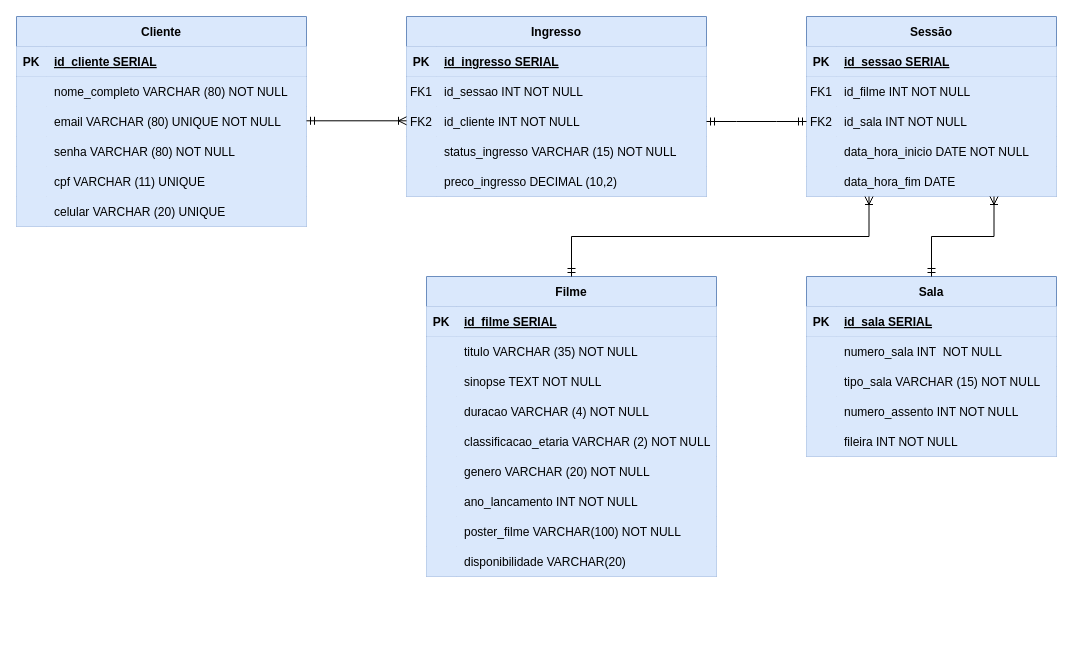
Before: docs/modelagem/DER.drawio in jmr230584/backend-Devengers, a draw.io diagram. Source tidied: cells renumbered, new cells numbered last; positions are measured from the earlier drawing's top-left corner, leaving out a move shared by most shapes. Both pictures are drawn from the tidied source at 100%, with x=0, y=0 at pixel (16, 16).
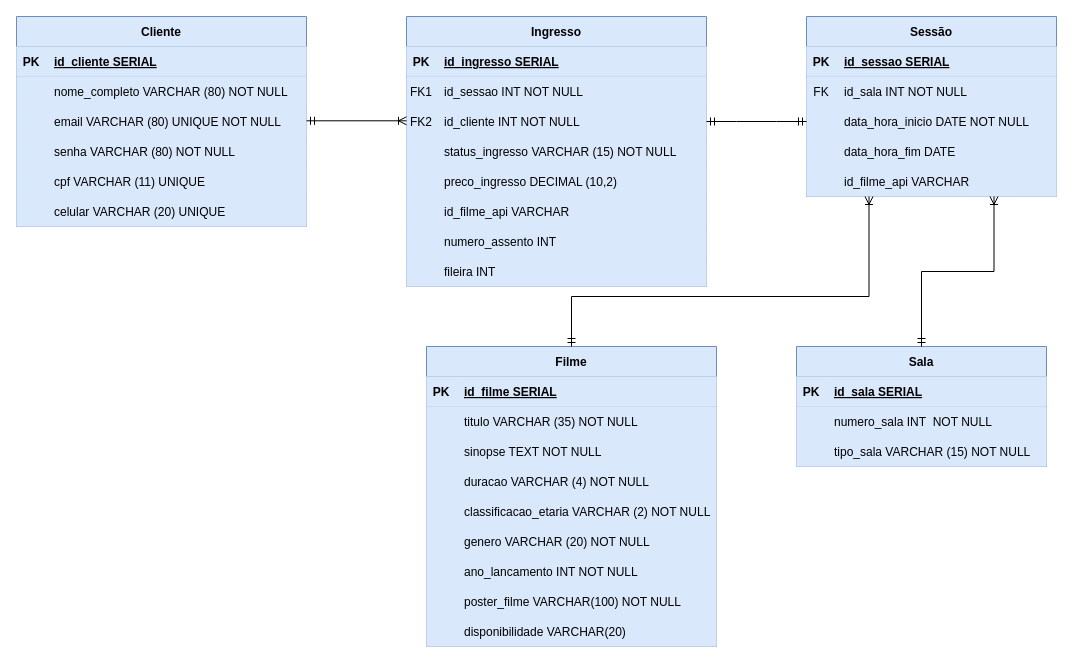
Above is the later version.

Commit message (it also covers changes not shown here):
arrumando diagramas e banco de dados

The change refers to these unchanged cells:
```xml
<mxCell id="9" style="shape=partialRectangle;fillColor=#dae8fc;points=[[0,0.5],[1,0.5]];portConstraint=eastwest;top=0;left=0;right=0;bottom=0;strokeColor=#6c8ebf;" parent="2" vertex="1">
  <mxGeometry y="90" width="300" height="30" as="geometry" />
</mxCell>
<mxCell id="18" value="Sessão" style="shape=table;startSize=30;childLayout=tableLayout;rowLines=0;fontStyle=1;align=center;fillColor=#dae8fc;strokeColor=#6c8ebf;" parent="1" vertex="1">
  <mxGeometry x="790" width="250" height="180" as="geometry" />
</mxCell>
```

The edit, as a diff of the source:
```diff
@@
     <mxCell id="2" value="Ingresso" style="shape=table;startSize=30;childLayout=tableLayout;rowLines=0;fontStyle=1;align=center;fillColor=#dae8fc;strokeColor=#6c8ebf;" parent="1" vertex="1">
-      <mxGeometry x="390" width="300" height="180" as="geometry" />
+      <mxGeometry x="390" width="300" height="270" as="geometry" />
     </mxCell>
@@
+    <mxCell id="101" style="shape=partialRectangle;fillColor=#dae8fc;top=0;left=0;right=0;bottom=0;strokeColor=#6c8ebf;" parent="2" vertex="1">
+      <mxGeometry y="180" width="300" height="30" as="geometry" />
+    </mxCell>
+    <mxCell id="102" style="shape=partialRectangle;overflow=hidden;fillColor=#dae8fc;top=0;left=0;bottom=0;right=0;strokeColor=#6c8ebf;" parent="101" vertex="1">
+      <mxGeometry width="30" height="30" as="geometry" />
+    </mxCell>
+    <mxCell id="103" value="id_filme_api VARCHAR" style="shape=partialRectangle;overflow=hidden;fillColor=#dae8fc;top=0;left=0;bottom=0;right=0;align=left;spacingLeft=6;strokeColor=#6c8ebf;" parent="101" vertex="1">
+      <mxGeometry x="30" width="270" height="30" as="geometry" />
+    </mxCell>
+    <mxCell id="104" style="shape=partialRectangle;fillColor=#dae8fc;top=0;left=0;right=0;bottom=0;strokeColor=#6c8ebf;" parent="2" vertex="1">
+      <mxGeometry y="210" width="300" height="30" as="geometry" />
+    </mxCell>
+    <mxCell id="105" style="shape=partialRectangle;overflow=hidden;fillColor=#dae8fc;top=0;left=0;bottom=0;right=0;strokeColor=#6c8ebf;" parent="104" vertex="1">
+      <mxGeometry width="30" height="30" as="geometry" />
+    </mxCell>
+    <mxCell id="106" value="numero_assento INT " style="shape=partialRectangle;overflow=hidden;fillColor=#dae8fc;top=0;left=0;bottom=0;right=0;align=left;spacingLeft=6;strokeColor=#6c8ebf;" parent="104" vertex="1">
+      <mxGeometry x="30" width="270" height="30" as="geometry" />
+    </mxCell>
+    <mxCell id="107" style="shape=partialRectangle;fillColor=#dae8fc;top=0;left=0;right=0;bottom=0;strokeColor=#6c8ebf;" parent="2" vertex="1">
+      <mxGeometry y="240" width="300" height="30" as="geometry" />
+    </mxCell>
+    <mxCell id="108" style="shape=partialRectangle;overflow=hidden;fillColor=#dae8fc;top=0;left=0;bottom=0;right=0;strokeColor=#6c8ebf;" parent="107" vertex="1">
+      <mxGeometry width="30" height="30" as="geometry" />
+    </mxCell>
+    <mxCell id="109" value="fileira INT " style="shape=partialRectangle;overflow=hidden;fillColor=#dae8fc;top=0;left=0;bottom=0;right=0;align=left;spacingLeft=6;strokeColor=#6c8ebf;" parent="107" vertex="1">
+      <mxGeometry x="30" width="270" height="30" as="geometry" />
+    </mxCell>
@@
-    <mxCell id="22" style="shape=partialRectangle;fillColor=#dae8fc;top=0;left=0;right=0;bottom=0;strokeColor=#6c8ebf;" parent="18" vertex="1">
-      <mxGeometry y="60" width="250" height="30" as="geometry" />
-    </mxCell>
-    <mxCell id="23" value="FK1" style="shape=partialRectangle;overflow=hidden;fillColor=#dae8fc;top=0;left=0;bottom=0;right=0;strokeColor=#6c8ebf;" parent="22" vertex="1">
-      <mxGeometry width="30" height="30" as="geometry" />
-    </mxCell>
-    <mxCell id="24" value="id_filme INT NOT NULL" style="shape=partialRectangle;overflow=hidden;fillColor=#dae8fc;top=0;left=0;bottom=0;right=0;align=left;spacingLeft=6;strokeColor=#6c8ebf;" parent="22" vertex="1">
-      <mxGeometry x="30" width="220" height="30" as="geometry" />
-    </mxCell>
     <mxCell id="25" style="shape=partialRectangle;fillColor=#dae8fc;points=[[0,0.5],[1,0.5]];portConstraint=eastwest;top=0;left=0;right=0;bottom=0;strokeColor=#6c8ebf;" parent="18" vertex="1">
-      <mxGeometry y="90" width="250" height="30" as="geometry" />
+      <mxGeometry y="60" width="250" height="30" as="geometry" />
     </mxCell>
-    <mxCell id="26" value="FK2" style="shape=partialRectangle;overflow=hidden;fillColor=#dae8fc;top=0;left=0;bottom=0;right=0;strokeColor=#6c8ebf;" parent="25" vertex="1">
+    <mxCell id="26" value="FK" style="shape=partialRectangle;overflow=hidden;fillColor=#dae8fc;top=0;left=0;bottom=0;right=0;strokeColor=#6c8ebf;" parent="25" vertex="1">
       <mxGeometry width="30" height="30" as="geometry" />
     </mxCell>
@@
     <mxCell id="28" style="shape=partialRectangle;fillColor=#dae8fc;points=[[0,0.5],[1,0.5]];portConstraint=eastwest;top=0;left=0;right=0;bottom=0;strokeColor=#6c8ebf;" parent="18" vertex="1">
-      <mxGeometry y="120" width="250" height="30" as="geometry" />
+      <mxGeometry y="90" width="250" height="30" as="geometry" />
     </mxCell>
@@
     <mxCell id="31" style="shape=partialRectangle;fillColor=#dae8fc;top=0;left=0;right=0;bottom=0;strokeColor=#6c8ebf;" parent="18" vertex="1">
-      <mxGeometry y="150" width="250" height="30" as="geometry" />
+      <mxGeometry y="120" width="250" height="30" as="geometry" />
     </mxCell>
@@
+    <mxCell id="94" style="shape=partialRectangle;fillColor=#dae8fc;top=0;left=0;right=0;bottom=0;strokeColor=#6c8ebf;" parent="18" vertex="1">
+      <mxGeometry y="150" width="250" height="30" as="geometry" />
+    </mxCell>
+    <mxCell id="110" style="shape=partialRectangle;overflow=hidden;fillColor=#dae8fc;top=0;left=0;bottom=0;right=0;strokeColor=#6c8ebf;" parent="94" vertex="1">
+      <mxGeometry width="30" height="30" as="geometry" />
+    </mxCell>
+    <mxCell id="111" value="id_filme_api VARCHAR" style="shape=partialRectangle;overflow=hidden;fillColor=#dae8fc;top=0;left=0;bottom=0;right=0;align=left;spacingLeft=6;strokeColor=#6c8ebf;" parent="94" vertex="1">
+      <mxGeometry x="30" width="220" height="30" as="geometry" />
+    </mxCell>
@@
     <mxCell id="53" value="Filme" style="shape=table;startSize=30;childLayout=tableLayout;rowLines=0;fontStyle=1;align=center;fillColor=#dae8fc;strokeColor=#6c8ebf;" parent="1" vertex="1">
-      <mxGeometry x="410" y="260" width="290" height="300" as="geometry" />
+      <mxGeometry x="410" y="330" width="290" height="300" as="geometry" />
     </mxCell>
@@
     <mxCell id="81" value="Sala" style="shape=table;startSize=30;childLayout=tableLayout;rowLines=0;fontStyle=1;align=center;fillColor=#dae8fc;strokeColor=#6c8ebf;" parent="1" vertex="1">
-      <mxGeometry x="790" y="260" width="250" height="180" as="geometry" />
+      <mxGeometry x="780" y="330" width="250" height="120" as="geometry" />
     </mxCell>
@@
-    <mxCell id="91" style="shape=partialRectangle;fillColor=#dae8fc;top=0;left=0;right=0;bottom=0;strokeColor=#6c8ebf;" parent="81" vertex="1">
-      <mxGeometry y="120" width="250" height="30" as="geometry" />
-    </mxCell>
-    <mxCell id="92" style="shape=partialRectangle;overflow=hidden;fillColor=#dae8fc;top=0;left=0;bottom=0;right=0;strokeColor=#6c8ebf;" parent="91" vertex="1">
-      <mxGeometry width="30" height="30" as="geometry" />
-    </mxCell>
-    <mxCell id="93" value="numero_assento INT NOT NULL" style="shape=partialRectangle;overflow=hidden;fillColor=#dae8fc;top=0;left=0;bottom=0;right=0;align=left;spacingLeft=6;strokeColor=#6c8ebf;" parent="91" vertex="1">
-      <mxGeometry x="30" width="220" height="30" as="geometry" />
-    </mxCell>
-    <mxCell id="94" style="shape=partialRectangle;fillColor=#dae8fc;top=0;left=0;right=0;bottom=0;strokeColor=#6c8ebf;" parent="81" vertex="1">
-      <mxGeometry y="150" width="250" height="30" as="geometry" />
-    </mxCell>
-    <mxCell id="95" style="shape=partialRectangle;overflow=hidden;fillColor=#dae8fc;top=0;left=0;bottom=0;right=0;strokeColor=#6c8ebf;" parent="94" vertex="1">
-      <mxGeometry width="30" height="30" as="geometry" />
-    </mxCell>
-    <mxCell id="96" value="fileira INT NOT NULL" style="shape=partialRectangle;overflow=hidden;fillColor=#dae8fc;top=0;left=0;bottom=0;right=0;align=left;spacingLeft=6;strokeColor=#6c8ebf;" parent="94" vertex="1">
-      <mxGeometry x="30" width="220" height="30" as="geometry" />
-    </mxCell>
@@
+    <mxCell id="99" style="edgeStyle=entityRelationEdgeStyle;fontSize=12;html=1;endArrow=ERmandOne;startArrow=ERmandOne;rounded=0;entryX=0;entryY=0.5;entryDx=0;entryDy=0;exitX=1;exitY=0.5;exitDx=0;exitDy=0;" parent="1" edge="1" source="9" target="28">
+      <mxGeometry relative="1" as="geometry" />
+    </mxCell>
     <mxCell id="98" style="fontSize=12;html=1;endArrow=ERoneToMany;startArrow=ERmandOne;rounded=0;entryX=0.25;entryY=1;entryDx=0;entryDy=0;exitX=0.5;exitY=0;exitDx=0;exitDy=0;edgeStyle=orthogonalEdgeStyle;" parent="1" edge="1" source="53" target="18">
-      <mxGeometry relative="1" as="geometry" />
+      <mxGeometry relative="1" as="geometry">
+        <Array as="points">
+          <mxPoint x="555" y="280" />
+          <mxPoint x="853" y="280" />
+        </Array>
+      </mxGeometry>
     </mxCell>
-    <mxCell id="99" style="edgeStyle=entityRelationEdgeStyle;fontSize=12;html=1;endArrow=ERmandOne;startArrow=ERmandOne;rounded=0;entryX=0;entryY=0.5;entryDx=0;entryDy=0;exitX=1;exitY=0.5;exitDx=0;exitDy=0;" parent="1" edge="1" source="9" target="25">
-      <mxGeometry relative="1" as="geometry" />
-    </mxCell>
```
